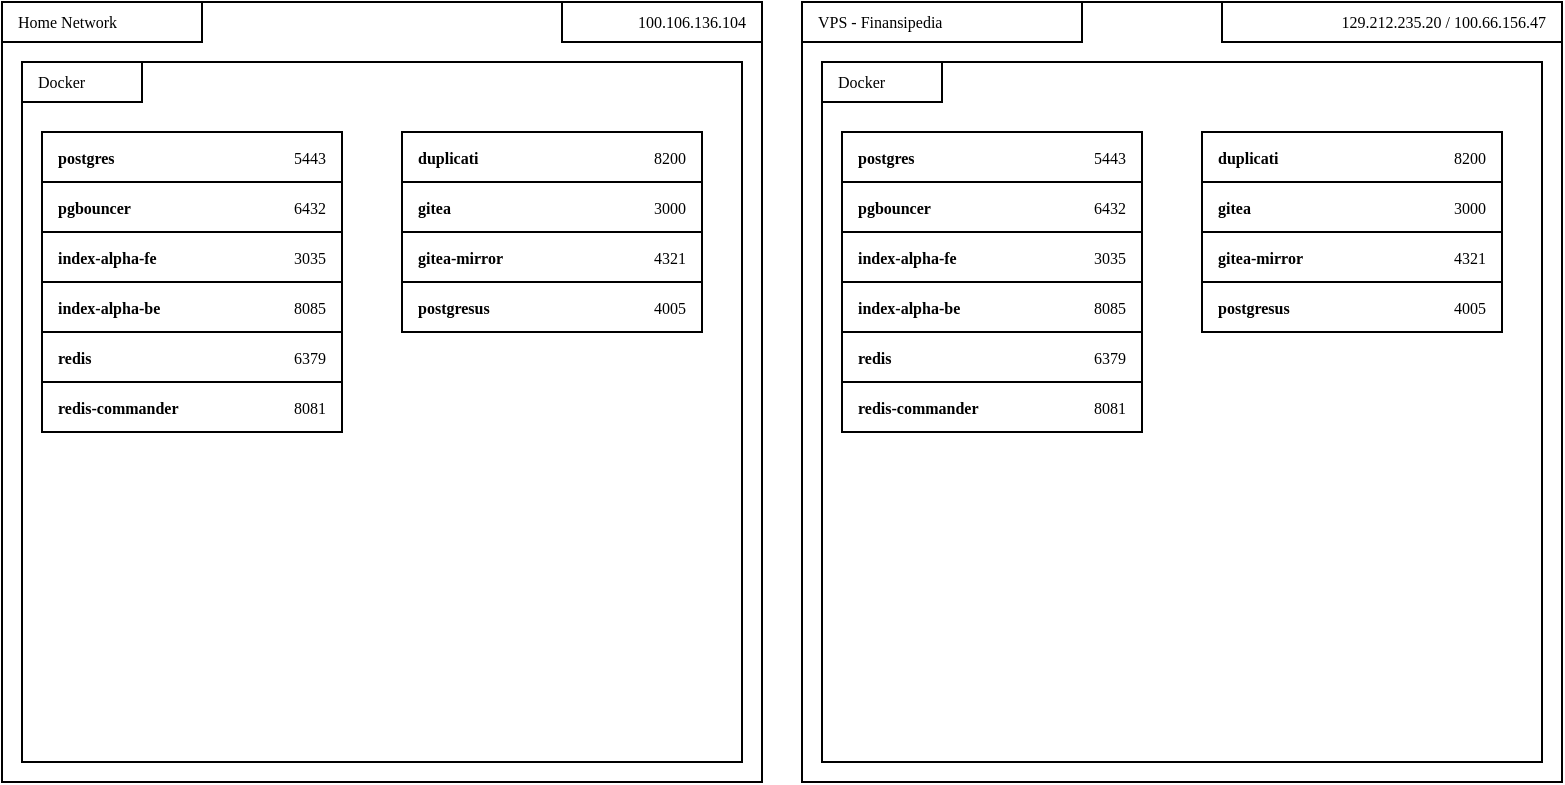
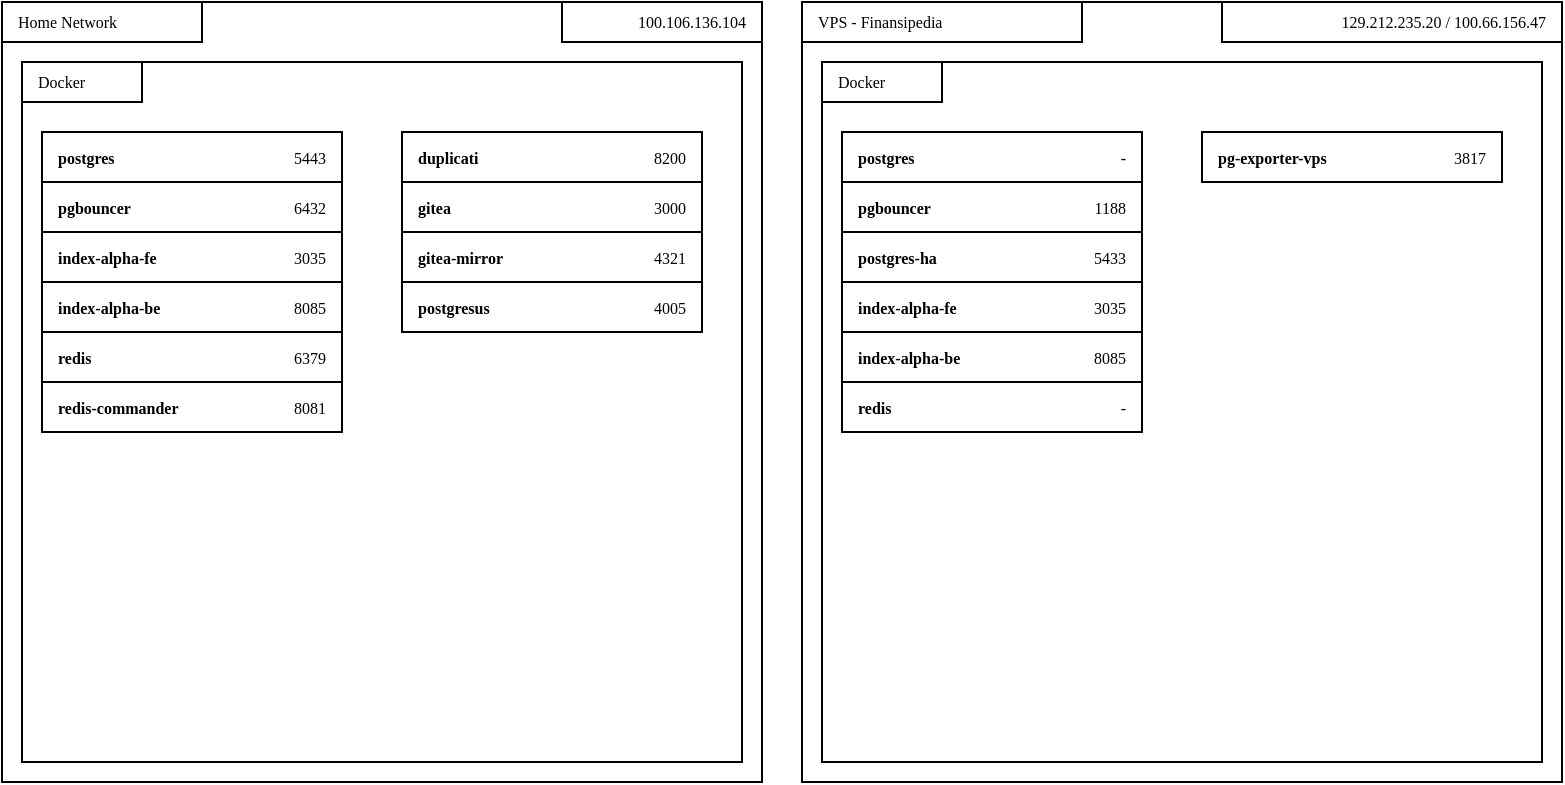
<mxfile host="app.diagrams.net">
  <diagram name="Page-1" id="EqAcxWxWpPEczBTcAObV">
    <mxGraphModel dx="947" dy="502" grid="1" gridSize="10" guides="1" tooltips="1" connect="1" arrows="1" fold="1" page="1" pageScale="1" pageWidth="850" pageHeight="1100" math="0" shadow="0">
      <root>
        <mxCell id="0" />
        <mxCell id="1" parent="0" />
        <mxCell id="tyjjsNKJ7kBHK_1WbMmb-1" parent="1" style="rounded=0;whiteSpace=wrap;html=1;" value="" vertex="1">
          <mxGeometry height="390" width="380" x="50" y="60" as="geometry" />
        </mxCell>
        <mxCell id="tyjjsNKJ7kBHK_1WbMmb-18" parent="1" style="rounded=0;whiteSpace=wrap;html=1;" value="" vertex="1">
          <mxGeometry height="350" width="360" x="60" y="90" as="geometry" />
        </mxCell>
        <mxCell id="tyjjsNKJ7kBHK_1WbMmb-3" parent="1" style="rounded=0;whiteSpace=wrap;html=1;" value="" vertex="1">
          <mxGeometry height="20" width="100" x="50" y="60" as="geometry" />
        </mxCell>
        <mxCell id="tyjjsNKJ7kBHK_1WbMmb-2" parent="1" style="text;html=1;whiteSpace=wrap;strokeColor=none;fillColor=none;align=left;verticalAlign=middle;rounded=0;spacingLeft=6;fontFamily=Verdana;fontSize=8;" value="Home Network" vertex="1">
          <mxGeometry height="20" width="100" x="50" y="60" as="geometry" />
        </mxCell>
        <mxCell id="tyjjsNKJ7kBHK_1WbMmb-19" parent="1" style="rounded=0;whiteSpace=wrap;html=1;fontFamily=Verdana;fontSize=9;" value="" vertex="1">
          <mxGeometry height="20" width="60" x="60" y="90" as="geometry" />
        </mxCell>
        <mxCell id="tyjjsNKJ7kBHK_1WbMmb-20" parent="1" style="text;html=1;whiteSpace=wrap;strokeColor=none;fillColor=none;align=left;verticalAlign=middle;rounded=0;spacingLeft=6;fontFamily=Verdana;fontSize=8;" value="Docker" vertex="1">
          <mxGeometry height="20" width="50" x="60" y="90" as="geometry" />
        </mxCell>
        <mxCell id="tyjjsNKJ7kBHK_1WbMmb-28" parent="1" style="rounded=0;whiteSpace=wrap;html=1;align=right;" value="" vertex="1">
          <mxGeometry height="20" width="100" x="330" y="60" as="geometry" />
        </mxCell>
        <mxCell id="tyjjsNKJ7kBHK_1WbMmb-29" parent="1" style="text;html=1;whiteSpace=wrap;strokeColor=none;fillColor=none;align=right;verticalAlign=middle;rounded=0;spacingLeft=6;spacingRight=6;fontFamily=Verdana;fontSize=8;" value="&lt;span style=&quot;text-align: center;&quot;&gt;100.106.136.104&lt;/span&gt;" vertex="1">
          <mxGeometry height="20" width="100" x="330" y="60" as="geometry" />
        </mxCell>
        <mxCell id="tyjjsNKJ7kBHK_1WbMmb-48" connectable="0" parent="1" style="group;fontFamily=Verdana;fontSize=8;" value="" vertex="1">
          <mxGeometry height="25" width="150" x="70" y="250" as="geometry" />
        </mxCell>
        <mxCell id="tyjjsNKJ7kBHK_1WbMmb-44" parent="tyjjsNKJ7kBHK_1WbMmb-48" style="rounded=0;whiteSpace=wrap;html=1;fontFamily=Verdana;fontSize=8;" value="" vertex="1">
          <mxGeometry height="25" width="150" as="geometry" />
        </mxCell>
        <mxCell id="tyjjsNKJ7kBHK_1WbMmb-45" parent="tyjjsNKJ7kBHK_1WbMmb-48" style="text;html=1;whiteSpace=wrap;strokeColor=none;fillColor=none;align=left;verticalAlign=middle;rounded=0;fontStyle=1;spacingRight=6;spacingLeft=6;fontFamily=Verdana;fontSize=8;" value="&lt;font&gt;redis-commander&lt;/font&gt;" vertex="1">
          <mxGeometry height="20" width="100" y="2.5" as="geometry" />
        </mxCell>
        <mxCell id="tyjjsNKJ7kBHK_1WbMmb-46" parent="tyjjsNKJ7kBHK_1WbMmb-48" style="text;html=1;whiteSpace=wrap;strokeColor=none;fillColor=none;align=right;verticalAlign=middle;rounded=0;spacingRight=6;spacingLeft=6;fontFamily=Verdana;fontSize=8;" value="&lt;font&gt;8081&lt;/font&gt;" vertex="1">
          <mxGeometry height="20" width="40" x="110" y="2.5" as="geometry" />
        </mxCell>
        <mxCell id="tyjjsNKJ7kBHK_1WbMmb-49" connectable="0" parent="1" style="group;fontFamily=Verdana;fontSize=8;" value="" vertex="1">
          <mxGeometry height="25" width="150" x="70" y="225" as="geometry" />
        </mxCell>
        <mxCell id="tyjjsNKJ7kBHK_1WbMmb-41" parent="tyjjsNKJ7kBHK_1WbMmb-49" style="rounded=0;whiteSpace=wrap;html=1;fontFamily=Verdana;fontSize=8;" value="" vertex="1">
          <mxGeometry height="25" width="150" as="geometry" />
        </mxCell>
        <mxCell id="tyjjsNKJ7kBHK_1WbMmb-42" parent="tyjjsNKJ7kBHK_1WbMmb-49" style="text;html=1;whiteSpace=wrap;strokeColor=none;fillColor=none;align=left;verticalAlign=middle;rounded=0;fontStyle=1;spacingRight=6;spacingLeft=6;fontFamily=Verdana;fontSize=8;" value="&lt;font&gt;redis&lt;/font&gt;" vertex="1">
          <mxGeometry height="20" width="100" y="2.5" as="geometry" />
        </mxCell>
        <mxCell id="tyjjsNKJ7kBHK_1WbMmb-43" parent="tyjjsNKJ7kBHK_1WbMmb-49" style="text;html=1;whiteSpace=wrap;strokeColor=none;fillColor=none;align=right;verticalAlign=middle;rounded=0;spacingRight=6;spacingLeft=6;fontFamily=Verdana;fontSize=8;" value="&lt;font&gt;6379&lt;/font&gt;" vertex="1">
          <mxGeometry height="20" width="40" x="110" y="2.5" as="geometry" />
        </mxCell>
        <mxCell id="tyjjsNKJ7kBHK_1WbMmb-50" connectable="0" parent="1" style="group;fontFamily=Verdana;fontSize=8;" value="" vertex="1">
          <mxGeometry height="25" width="150" x="70" y="200" as="geometry" />
        </mxCell>
        <mxCell id="tyjjsNKJ7kBHK_1WbMmb-38" parent="tyjjsNKJ7kBHK_1WbMmb-50" style="rounded=0;whiteSpace=wrap;html=1;fontFamily=Verdana;fontSize=8;" value="" vertex="1">
          <mxGeometry height="25" width="150" as="geometry" />
        </mxCell>
        <mxCell id="tyjjsNKJ7kBHK_1WbMmb-39" parent="tyjjsNKJ7kBHK_1WbMmb-50" style="text;html=1;whiteSpace=wrap;strokeColor=none;fillColor=none;align=left;verticalAlign=middle;rounded=0;fontStyle=1;spacingRight=6;spacingLeft=6;fontFamily=Verdana;fontSize=8;" value="&lt;font&gt;index-alpha-be&lt;/font&gt;" vertex="1">
          <mxGeometry height="20" width="100" y="2.5" as="geometry" />
        </mxCell>
        <mxCell id="tyjjsNKJ7kBHK_1WbMmb-40" parent="tyjjsNKJ7kBHK_1WbMmb-50" style="text;html=1;whiteSpace=wrap;strokeColor=none;fillColor=none;align=right;verticalAlign=middle;rounded=0;spacingRight=6;spacingLeft=6;fontFamily=Verdana;fontSize=8;" value="&lt;font&gt;8085&lt;/font&gt;" vertex="1">
          <mxGeometry height="20" width="40" x="110" y="2.5" as="geometry" />
        </mxCell>
        <mxCell id="tyjjsNKJ7kBHK_1WbMmb-51" connectable="0" parent="1" style="group;fontFamily=Verdana;fontSize=8;" value="" vertex="1">
          <mxGeometry height="25" width="150" x="70" y="175" as="geometry" />
        </mxCell>
        <mxCell id="tyjjsNKJ7kBHK_1WbMmb-35" parent="tyjjsNKJ7kBHK_1WbMmb-51" style="rounded=0;whiteSpace=wrap;html=1;fontFamily=Verdana;fontSize=8;" value="" vertex="1">
          <mxGeometry height="25" width="150" as="geometry" />
        </mxCell>
        <mxCell id="tyjjsNKJ7kBHK_1WbMmb-36" parent="tyjjsNKJ7kBHK_1WbMmb-51" style="text;html=1;whiteSpace=wrap;strokeColor=none;fillColor=none;align=left;verticalAlign=middle;rounded=0;fontStyle=1;spacingRight=6;spacingLeft=6;fontFamily=Verdana;fontSize=8;" value="&lt;font&gt;index-alpha-fe&lt;/font&gt;" vertex="1">
          <mxGeometry height="20" width="100" y="2.5" as="geometry" />
        </mxCell>
        <mxCell id="tyjjsNKJ7kBHK_1WbMmb-37" parent="tyjjsNKJ7kBHK_1WbMmb-51" style="text;html=1;whiteSpace=wrap;strokeColor=none;fillColor=none;align=right;verticalAlign=middle;rounded=0;spacingRight=6;spacingLeft=6;fontFamily=Verdana;fontSize=8;" value="&lt;font&gt;3035&lt;/font&gt;" vertex="1">
          <mxGeometry height="20" width="40" x="110" y="2.5" as="geometry" />
        </mxCell>
        <mxCell id="tyjjsNKJ7kBHK_1WbMmb-52" connectable="0" parent="1" style="group;fontFamily=Verdana;fontSize=8;" value="" vertex="1">
          <mxGeometry height="25" width="150" x="70" y="150" as="geometry" />
        </mxCell>
        <mxCell id="tyjjsNKJ7kBHK_1WbMmb-32" parent="tyjjsNKJ7kBHK_1WbMmb-52" style="rounded=0;whiteSpace=wrap;html=1;fontFamily=Verdana;fontSize=8;" value="" vertex="1">
          <mxGeometry height="25" width="150" as="geometry" />
        </mxCell>
        <mxCell id="tyjjsNKJ7kBHK_1WbMmb-33" parent="tyjjsNKJ7kBHK_1WbMmb-52" style="text;html=1;whiteSpace=wrap;strokeColor=none;fillColor=none;align=left;verticalAlign=middle;rounded=0;fontStyle=1;spacingRight=6;spacingLeft=6;fontFamily=Verdana;fontSize=8;" value="&lt;font&gt;pgbouncer&lt;/font&gt;" vertex="1">
          <mxGeometry height="20" width="100" y="2.5" as="geometry" />
        </mxCell>
        <mxCell id="tyjjsNKJ7kBHK_1WbMmb-34" parent="tyjjsNKJ7kBHK_1WbMmb-52" style="text;html=1;whiteSpace=wrap;strokeColor=none;fillColor=none;align=right;verticalAlign=middle;rounded=0;spacingRight=6;spacingLeft=6;fontFamily=Verdana;fontSize=8;" value="&lt;font&gt;6432&lt;/font&gt;" vertex="1">
          <mxGeometry height="20" width="40" x="110" y="2.5" as="geometry" />
        </mxCell>
        <mxCell id="tyjjsNKJ7kBHK_1WbMmb-53" connectable="0" parent="1" style="group;fontFamily=Verdana;fontSize=8;" value="" vertex="1">
          <mxGeometry height="25" width="150" x="70" y="125" as="geometry" />
        </mxCell>
        <mxCell id="tyjjsNKJ7kBHK_1WbMmb-5" parent="tyjjsNKJ7kBHK_1WbMmb-53" style="rounded=0;whiteSpace=wrap;html=1;fontFamily=Verdana;fontSize=8;" value="" vertex="1">
          <mxGeometry height="25" width="150" as="geometry" />
        </mxCell>
        <mxCell id="tyjjsNKJ7kBHK_1WbMmb-6" parent="tyjjsNKJ7kBHK_1WbMmb-53" style="text;html=1;whiteSpace=wrap;strokeColor=none;fillColor=none;align=left;verticalAlign=middle;rounded=0;fontStyle=1;spacingRight=6;spacingLeft=6;fontFamily=Verdana;fontSize=8;" value="&lt;font&gt;postgres&lt;/font&gt;" vertex="1">
          <mxGeometry height="20" width="100" y="2.5" as="geometry" />
        </mxCell>
        <mxCell id="tyjjsNKJ7kBHK_1WbMmb-7" parent="tyjjsNKJ7kBHK_1WbMmb-53" style="text;html=1;whiteSpace=wrap;strokeColor=none;fillColor=none;align=right;verticalAlign=middle;rounded=0;spacingRight=6;spacingLeft=6;fontFamily=Verdana;fontSize=8;" value="&lt;font&gt;5443&lt;/font&gt;" vertex="1">
          <mxGeometry height="20" width="40" x="110" y="2.5" as="geometry" />
        </mxCell>
        <mxCell id="tyjjsNKJ7kBHK_1WbMmb-54" connectable="0" parent="1" style="group;fontFamily=Verdana;fontSize=8;" value="" vertex="1">
          <mxGeometry height="25" width="150" x="250" y="125" as="geometry" />
        </mxCell>
        <mxCell id="tyjjsNKJ7kBHK_1WbMmb-55" parent="tyjjsNKJ7kBHK_1WbMmb-54" style="rounded=0;whiteSpace=wrap;html=1;fontFamily=Verdana;fontSize=8;" value="" vertex="1">
          <mxGeometry height="25" width="150" as="geometry" />
        </mxCell>
        <mxCell id="tyjjsNKJ7kBHK_1WbMmb-56" parent="tyjjsNKJ7kBHK_1WbMmb-54" style="text;html=1;whiteSpace=wrap;strokeColor=none;fillColor=none;align=left;verticalAlign=middle;rounded=0;fontStyle=1;spacingRight=6;spacingLeft=6;fontFamily=Verdana;fontSize=8;" value="&lt;font&gt;duplicati&lt;/font&gt;" vertex="1">
          <mxGeometry height="20" width="100" y="2.5" as="geometry" />
        </mxCell>
        <mxCell id="tyjjsNKJ7kBHK_1WbMmb-57" parent="tyjjsNKJ7kBHK_1WbMmb-54" style="text;html=1;whiteSpace=wrap;strokeColor=none;fillColor=none;align=right;verticalAlign=middle;rounded=0;spacingRight=6;spacingLeft=6;fontFamily=Verdana;fontSize=8;" value="&lt;font&gt;8200&lt;/font&gt;" vertex="1">
          <mxGeometry height="20" width="40" x="110" y="2.5" as="geometry" />
        </mxCell>
        <mxCell id="tyjjsNKJ7kBHK_1WbMmb-58" connectable="0" parent="1" style="group;fontFamily=Verdana;fontSize=8;" value="" vertex="1">
          <mxGeometry height="25" width="150" x="250" y="150" as="geometry" />
        </mxCell>
        <mxCell id="tyjjsNKJ7kBHK_1WbMmb-59" parent="tyjjsNKJ7kBHK_1WbMmb-58" style="rounded=0;whiteSpace=wrap;html=1;fontFamily=Verdana;fontSize=8;" value="" vertex="1">
          <mxGeometry height="25" width="150" as="geometry" />
        </mxCell>
        <mxCell id="tyjjsNKJ7kBHK_1WbMmb-60" parent="tyjjsNKJ7kBHK_1WbMmb-58" style="text;html=1;whiteSpace=wrap;strokeColor=none;fillColor=none;align=left;verticalAlign=middle;rounded=0;fontStyle=1;spacingRight=6;spacingLeft=6;fontFamily=Verdana;fontSize=8;" value="&lt;font&gt;gitea&lt;/font&gt;" vertex="1">
          <mxGeometry height="20" width="100" y="2.5" as="geometry" />
        </mxCell>
        <mxCell id="tyjjsNKJ7kBHK_1WbMmb-61" parent="tyjjsNKJ7kBHK_1WbMmb-58" style="text;html=1;whiteSpace=wrap;strokeColor=none;fillColor=none;align=right;verticalAlign=middle;rounded=0;spacingRight=6;spacingLeft=6;fontFamily=Verdana;fontSize=8;" value="&lt;font&gt;3000&lt;/font&gt;" vertex="1">
          <mxGeometry height="20" width="40" x="110" y="2.5" as="geometry" />
        </mxCell>
        <mxCell id="tyjjsNKJ7kBHK_1WbMmb-62" connectable="0" parent="1" style="group;fontFamily=Verdana;fontSize=8;" value="" vertex="1">
          <mxGeometry height="25" width="150" x="250" y="175" as="geometry" />
        </mxCell>
        <mxCell id="tyjjsNKJ7kBHK_1WbMmb-63" parent="tyjjsNKJ7kBHK_1WbMmb-62" style="rounded=0;whiteSpace=wrap;html=1;fontFamily=Verdana;fontSize=8;" value="" vertex="1">
          <mxGeometry height="25" width="150" as="geometry" />
        </mxCell>
        <mxCell id="tyjjsNKJ7kBHK_1WbMmb-64" parent="tyjjsNKJ7kBHK_1WbMmb-62" style="text;html=1;whiteSpace=wrap;strokeColor=none;fillColor=none;align=left;verticalAlign=middle;rounded=0;fontStyle=1;spacingRight=6;spacingLeft=6;fontFamily=Verdana;fontSize=8;" value="&lt;div&gt;&lt;span&gt;gitea-mirror&lt;/span&gt;&lt;/div&gt;" vertex="1">
          <mxGeometry height="20" width="100" y="2.5" as="geometry" />
        </mxCell>
        <mxCell id="tyjjsNKJ7kBHK_1WbMmb-65" parent="tyjjsNKJ7kBHK_1WbMmb-62" style="text;html=1;whiteSpace=wrap;strokeColor=none;fillColor=none;align=right;verticalAlign=middle;rounded=0;spacingRight=6;spacingLeft=6;fontFamily=Verdana;fontSize=8;" value="&lt;font&gt;4321&lt;/font&gt;" vertex="1">
          <mxGeometry height="20" width="40" x="110" y="2.5" as="geometry" />
        </mxCell>
        <mxCell id="tyjjsNKJ7kBHK_1WbMmb-66" connectable="0" parent="1" style="group;fontFamily=Verdana;fontSize=8;" value="" vertex="1">
          <mxGeometry height="25" width="150" x="250" y="200" as="geometry" />
        </mxCell>
        <mxCell id="tyjjsNKJ7kBHK_1WbMmb-67" parent="tyjjsNKJ7kBHK_1WbMmb-66" style="rounded=0;whiteSpace=wrap;html=1;fontFamily=Verdana;fontSize=8;" value="" vertex="1">
          <mxGeometry height="25" width="150" as="geometry" />
        </mxCell>
        <mxCell id="tyjjsNKJ7kBHK_1WbMmb-68" parent="tyjjsNKJ7kBHK_1WbMmb-66" style="text;html=1;whiteSpace=wrap;strokeColor=none;fillColor=none;align=left;verticalAlign=middle;rounded=0;fontStyle=1;spacingRight=6;spacingLeft=6;fontFamily=Verdana;fontSize=8;" value="&lt;div&gt;&lt;span&gt;postgresus&lt;/span&gt;&lt;/div&gt;" vertex="1">
          <mxGeometry height="20" width="100" y="2.5" as="geometry" />
        </mxCell>
        <mxCell id="tyjjsNKJ7kBHK_1WbMmb-69" parent="tyjjsNKJ7kBHK_1WbMmb-66" style="text;html=1;whiteSpace=wrap;strokeColor=none;fillColor=none;align=right;verticalAlign=middle;rounded=0;spacingRight=6;spacingLeft=6;fontFamily=Verdana;fontSize=8;" value="&lt;font&gt;4005&lt;/font&gt;" vertex="1">
          <mxGeometry height="20" width="40" x="110" y="2.5" as="geometry" />
        </mxCell>
        <mxCell id="tyjjsNKJ7kBHK_1WbMmb-70" parent="1" style="rounded=0;whiteSpace=wrap;html=1;" value="" vertex="1">
          <mxGeometry height="390" width="380" x="450" y="60" as="geometry" />
        </mxCell>
        <mxCell id="tyjjsNKJ7kBHK_1WbMmb-71" parent="1" style="rounded=0;whiteSpace=wrap;html=1;" value="" vertex="1">
          <mxGeometry height="350" width="360" x="460" y="90" as="geometry" />
        </mxCell>
        <mxCell id="tyjjsNKJ7kBHK_1WbMmb-72" parent="1" style="rounded=0;whiteSpace=wrap;html=1;" value="" vertex="1">
          <mxGeometry height="20" width="140" x="450" y="60" as="geometry" />
        </mxCell>
        <mxCell id="tyjjsNKJ7kBHK_1WbMmb-73" parent="1" style="text;html=1;whiteSpace=wrap;strokeColor=none;fillColor=none;align=left;verticalAlign=middle;rounded=0;spacingLeft=6;fontFamily=Verdana;fontSize=8;" value="VPS - Finansipedia" vertex="1">
          <mxGeometry height="20" width="130" x="450" y="60" as="geometry" />
        </mxCell>
        <mxCell id="tyjjsNKJ7kBHK_1WbMmb-74" parent="1" style="rounded=0;whiteSpace=wrap;html=1;fontFamily=Verdana;fontSize=9;" value="" vertex="1">
          <mxGeometry height="20" width="60" x="460" y="90" as="geometry" />
        </mxCell>
        <mxCell id="tyjjsNKJ7kBHK_1WbMmb-75" parent="1" style="text;html=1;whiteSpace=wrap;strokeColor=none;fillColor=none;align=left;verticalAlign=middle;rounded=0;spacingLeft=6;fontFamily=Verdana;fontSize=8;" value="Docker" vertex="1">
          <mxGeometry height="20" width="50" x="460" y="90" as="geometry" />
        </mxCell>
        <mxCell id="tyjjsNKJ7kBHK_1WbMmb-76" parent="1" style="rounded=0;whiteSpace=wrap;html=1;align=right;" value="" vertex="1">
          <mxGeometry height="20" width="170" x="660" y="60" as="geometry" />
        </mxCell>
        <mxCell id="tyjjsNKJ7kBHK_1WbMmb-77" parent="1" style="text;html=1;whiteSpace=wrap;strokeColor=none;fillColor=none;align=right;verticalAlign=middle;rounded=0;spacingLeft=6;spacingRight=6;fontFamily=Verdana;fontSize=8;" value="&lt;div style=&quot;text-align: center;&quot;&gt;&lt;span style=&quot;background-color: transparent;&quot;&gt;129.212.235.20 /&amp;nbsp;&lt;/span&gt;&lt;span style=&quot;background-color: transparent; text-align: right;&quot;&gt;100.66.156.47&lt;/span&gt;&lt;/div&gt;" vertex="1">
          <mxGeometry height="20" width="160" x="670" y="60" as="geometry" />
        </mxCell>
-         <mxCell id="tyjjsNKJ7kBHK_1WbMmb-78" connectable="0" parent="1" style="group;fontFamily=Verdana;fontSize=8;" value="" vertex="1">
+         <mxCell id="tyjjsNKJ7kBHK_1WbMmb-82" connectable="0" parent="1" style="group;fontFamily=Verdana;fontSize=8;" value="" vertex="1">
          <mxGeometry height="25" width="150" x="470" y="250" as="geometry" />
        </mxCell>
-         <mxCell id="tyjjsNKJ7kBHK_1WbMmb-79" parent="tyjjsNKJ7kBHK_1WbMmb-78" style="rounded=0;whiteSpace=wrap;html=1;fontFamily=Verdana;fontSize=8;" value="" vertex="1">
-           <mxGeometry height="25" width="150" as="geometry" />
-         </mxCell>
-         <mxCell id="tyjjsNKJ7kBHK_1WbMmb-80" parent="tyjjsNKJ7kBHK_1WbMmb-78" style="text;html=1;whiteSpace=wrap;strokeColor=none;fillColor=none;align=left;verticalAlign=middle;rounded=0;fontStyle=1;spacingRight=6;spacingLeft=6;fontFamily=Verdana;fontSize=8;" value="&lt;font&gt;redis-commander&lt;/font&gt;" vertex="1">
-           <mxGeometry height="20" width="100" y="2.5" as="geometry" />
-         </mxCell>
-         <mxCell id="tyjjsNKJ7kBHK_1WbMmb-81" parent="tyjjsNKJ7kBHK_1WbMmb-78" style="text;html=1;whiteSpace=wrap;strokeColor=none;fillColor=none;align=right;verticalAlign=middle;rounded=0;spacingRight=6;spacingLeft=6;fontFamily=Verdana;fontSize=8;" value="&lt;font&gt;8081&lt;/font&gt;" vertex="1">
-           <mxGeometry height="20" width="40" x="110" y="2.5" as="geometry" />
-         </mxCell>
-         <mxCell id="tyjjsNKJ7kBHK_1WbMmb-82" connectable="0" parent="1" style="group;fontFamily=Verdana;fontSize=8;" value="" vertex="1">
+         <mxCell id="tyjjsNKJ7kBHK_1WbMmb-83" parent="tyjjsNKJ7kBHK_1WbMmb-82" style="rounded=0;whiteSpace=wrap;html=1;fontFamily=Verdana;fontSize=8;" value="" vertex="1">
+           <mxGeometry height="25" width="150" as="geometry" />
+         </mxCell>
+         <mxCell id="tyjjsNKJ7kBHK_1WbMmb-84" parent="tyjjsNKJ7kBHK_1WbMmb-82" style="text;html=1;whiteSpace=wrap;strokeColor=none;fillColor=none;align=left;verticalAlign=middle;rounded=0;fontStyle=1;spacingRight=6;spacingLeft=6;fontFamily=Verdana;fontSize=8;" value="&lt;font&gt;redis&lt;/font&gt;" vertex="1">
+           <mxGeometry height="20" width="100" y="2.5" as="geometry" />
+         </mxCell>
+         <mxCell id="tyjjsNKJ7kBHK_1WbMmb-85" parent="tyjjsNKJ7kBHK_1WbMmb-82" style="text;html=1;whiteSpace=wrap;strokeColor=none;fillColor=none;align=right;verticalAlign=middle;rounded=0;spacingRight=6;spacingLeft=6;fontFamily=Verdana;fontSize=8;" value="&lt;font&gt;-&lt;/font&gt;" vertex="1">
+           <mxGeometry height="20" width="40" x="110" y="2.5" as="geometry" />
+         </mxCell>
+         <mxCell id="tyjjsNKJ7kBHK_1WbMmb-86" connectable="0" parent="1" style="group;fontFamily=Verdana;fontSize=8;" value="" vertex="1">
          <mxGeometry height="25" width="150" x="470" y="225" as="geometry" />
        </mxCell>
-         <mxCell id="tyjjsNKJ7kBHK_1WbMmb-83" parent="tyjjsNKJ7kBHK_1WbMmb-82" style="rounded=0;whiteSpace=wrap;html=1;fontFamily=Verdana;fontSize=8;" value="" vertex="1">
-           <mxGeometry height="25" width="150" as="geometry" />
-         </mxCell>
-         <mxCell id="tyjjsNKJ7kBHK_1WbMmb-84" parent="tyjjsNKJ7kBHK_1WbMmb-82" style="text;html=1;whiteSpace=wrap;strokeColor=none;fillColor=none;align=left;verticalAlign=middle;rounded=0;fontStyle=1;spacingRight=6;spacingLeft=6;fontFamily=Verdana;fontSize=8;" value="&lt;font&gt;redis&lt;/font&gt;" vertex="1">
-           <mxGeometry height="20" width="100" y="2.5" as="geometry" />
-         </mxCell>
-         <mxCell id="tyjjsNKJ7kBHK_1WbMmb-85" parent="tyjjsNKJ7kBHK_1WbMmb-82" style="text;html=1;whiteSpace=wrap;strokeColor=none;fillColor=none;align=right;verticalAlign=middle;rounded=0;spacingRight=6;spacingLeft=6;fontFamily=Verdana;fontSize=8;" value="&lt;font&gt;6379&lt;/font&gt;" vertex="1">
-           <mxGeometry height="20" width="40" x="110" y="2.5" as="geometry" />
-         </mxCell>
-         <mxCell id="tyjjsNKJ7kBHK_1WbMmb-86" connectable="0" parent="1" style="group;fontFamily=Verdana;fontSize=8;" value="" vertex="1">
+         <mxCell id="tyjjsNKJ7kBHK_1WbMmb-87" parent="tyjjsNKJ7kBHK_1WbMmb-86" style="rounded=0;whiteSpace=wrap;html=1;fontFamily=Verdana;fontSize=8;" value="" vertex="1">
+           <mxGeometry height="25" width="150" as="geometry" />
+         </mxCell>
+         <mxCell id="tyjjsNKJ7kBHK_1WbMmb-88" parent="tyjjsNKJ7kBHK_1WbMmb-86" style="text;html=1;whiteSpace=wrap;strokeColor=none;fillColor=none;align=left;verticalAlign=middle;rounded=0;fontStyle=1;spacingRight=6;spacingLeft=6;fontFamily=Verdana;fontSize=8;" value="&lt;font&gt;index-alpha-be&lt;/font&gt;" vertex="1">
+           <mxGeometry height="20" width="100" y="2.5" as="geometry" />
+         </mxCell>
+         <mxCell id="tyjjsNKJ7kBHK_1WbMmb-89" parent="tyjjsNKJ7kBHK_1WbMmb-86" style="text;html=1;whiteSpace=wrap;strokeColor=none;fillColor=none;align=right;verticalAlign=middle;rounded=0;spacingRight=6;spacingLeft=6;fontFamily=Verdana;fontSize=8;" value="&lt;font&gt;8085&lt;/font&gt;" vertex="1">
+           <mxGeometry height="20" width="40" x="110" y="2.5" as="geometry" />
+         </mxCell>
+         <mxCell id="tyjjsNKJ7kBHK_1WbMmb-90" connectable="0" parent="1" style="group;fontFamily=Verdana;fontSize=8;" value="" vertex="1">
          <mxGeometry height="25" width="150" x="470" y="200" as="geometry" />
-         </mxCell>
-         <mxCell id="tyjjsNKJ7kBHK_1WbMmb-87" parent="tyjjsNKJ7kBHK_1WbMmb-86" style="rounded=0;whiteSpace=wrap;html=1;fontFamily=Verdana;fontSize=8;" value="" vertex="1">
-           <mxGeometry height="25" width="150" as="geometry" />
-         </mxCell>
-         <mxCell id="tyjjsNKJ7kBHK_1WbMmb-88" parent="tyjjsNKJ7kBHK_1WbMmb-86" style="text;html=1;whiteSpace=wrap;strokeColor=none;fillColor=none;align=left;verticalAlign=middle;rounded=0;fontStyle=1;spacingRight=6;spacingLeft=6;fontFamily=Verdana;fontSize=8;" value="&lt;font&gt;index-alpha-be&lt;/font&gt;" vertex="1">
-           <mxGeometry height="20" width="100" y="2.5" as="geometry" />
-         </mxCell>
-         <mxCell id="tyjjsNKJ7kBHK_1WbMmb-89" parent="tyjjsNKJ7kBHK_1WbMmb-86" style="text;html=1;whiteSpace=wrap;strokeColor=none;fillColor=none;align=right;verticalAlign=middle;rounded=0;spacingRight=6;spacingLeft=6;fontFamily=Verdana;fontSize=8;" value="&lt;font&gt;8085&lt;/font&gt;" vertex="1">
-           <mxGeometry height="20" width="40" x="110" y="2.5" as="geometry" />
-         </mxCell>
-         <mxCell id="tyjjsNKJ7kBHK_1WbMmb-90" connectable="0" parent="1" style="group;fontFamily=Verdana;fontSize=8;" value="" vertex="1">
-           <mxGeometry height="25" width="150" x="470" y="175" as="geometry" />
        </mxCell>
        <mxCell id="tyjjsNKJ7kBHK_1WbMmb-91" parent="tyjjsNKJ7kBHK_1WbMmb-90" style="rounded=0;whiteSpace=wrap;html=1;fontFamily=Verdana;fontSize=8;" value="" vertex="1">
          <mxGeometry height="25" width="150" as="geometry" />
        </mxCell>
        <mxCell id="tyjjsNKJ7kBHK_1WbMmb-92" parent="tyjjsNKJ7kBHK_1WbMmb-90" style="text;html=1;whiteSpace=wrap;strokeColor=none;fillColor=none;align=left;verticalAlign=middle;rounded=0;fontStyle=1;spacingRight=6;spacingLeft=6;fontFamily=Verdana;fontSize=8;" value="&lt;font&gt;index-alpha-fe&lt;/font&gt;" vertex="1">
          <mxGeometry height="20" width="100" y="2.5" as="geometry" />
        </mxCell>
        <mxCell id="tyjjsNKJ7kBHK_1WbMmb-93" parent="tyjjsNKJ7kBHK_1WbMmb-90" style="text;html=1;whiteSpace=wrap;strokeColor=none;fillColor=none;align=right;verticalAlign=middle;rounded=0;spacingRight=6;spacingLeft=6;fontFamily=Verdana;fontSize=8;" value="&lt;font&gt;3035&lt;/font&gt;" vertex="1">
          <mxGeometry height="20" width="40" x="110" y="2.5" as="geometry" />
        </mxCell>
        <mxCell id="tyjjsNKJ7kBHK_1WbMmb-94" connectable="0" parent="1" style="group;fontFamily=Verdana;fontSize=8;" value="" vertex="1">
          <mxGeometry height="25" width="150" x="470" y="150" as="geometry" />
        </mxCell>
        <mxCell id="tyjjsNKJ7kBHK_1WbMmb-95" parent="tyjjsNKJ7kBHK_1WbMmb-94" style="rounded=0;whiteSpace=wrap;html=1;fontFamily=Verdana;fontSize=8;" value="" vertex="1">
          <mxGeometry height="25" width="150" as="geometry" />
        </mxCell>
        <mxCell id="tyjjsNKJ7kBHK_1WbMmb-96" parent="tyjjsNKJ7kBHK_1WbMmb-94" style="text;html=1;whiteSpace=wrap;strokeColor=none;fillColor=none;align=left;verticalAlign=middle;rounded=0;fontStyle=1;spacingRight=6;spacingLeft=6;fontFamily=Verdana;fontSize=8;" value="&lt;font&gt;pgbouncer&lt;/font&gt;" vertex="1">
          <mxGeometry height="20" width="100" y="2.5" as="geometry" />
        </mxCell>
-         <mxCell id="tyjjsNKJ7kBHK_1WbMmb-97" parent="tyjjsNKJ7kBHK_1WbMmb-94" style="text;html=1;whiteSpace=wrap;strokeColor=none;fillColor=none;align=right;verticalAlign=middle;rounded=0;spacingRight=6;spacingLeft=6;fontFamily=Verdana;fontSize=8;" value="&lt;font&gt;6432&lt;/font&gt;" vertex="1">
+         <mxCell id="tyjjsNKJ7kBHK_1WbMmb-97" parent="tyjjsNKJ7kBHK_1WbMmb-94" style="text;html=1;whiteSpace=wrap;strokeColor=none;fillColor=none;align=right;verticalAlign=middle;rounded=0;spacingRight=6;spacingLeft=6;fontFamily=Verdana;fontSize=8;" value="&lt;font&gt;1188&lt;/font&gt;" vertex="1">
          <mxGeometry height="20" width="40" x="110" y="2.5" as="geometry" />
        </mxCell>
        <mxCell id="tyjjsNKJ7kBHK_1WbMmb-98" connectable="0" parent="1" style="group;fontFamily=Verdana;fontSize=8;" value="" vertex="1">
          <mxGeometry height="25" width="150" x="470" y="125" as="geometry" />
        </mxCell>
        <mxCell id="tyjjsNKJ7kBHK_1WbMmb-99" parent="tyjjsNKJ7kBHK_1WbMmb-98" style="rounded=0;whiteSpace=wrap;html=1;fontFamily=Verdana;fontSize=8;" value="" vertex="1">
          <mxGeometry height="25" width="150" as="geometry" />
        </mxCell>
        <mxCell id="tyjjsNKJ7kBHK_1WbMmb-100" parent="tyjjsNKJ7kBHK_1WbMmb-98" style="text;html=1;whiteSpace=wrap;strokeColor=none;fillColor=none;align=left;verticalAlign=middle;rounded=0;fontStyle=1;spacingRight=6;spacingLeft=6;fontFamily=Verdana;fontSize=8;" value="&lt;font&gt;postgres&lt;/font&gt;" vertex="1">
          <mxGeometry height="20" width="100" y="2.5" as="geometry" />
        </mxCell>
-         <mxCell id="tyjjsNKJ7kBHK_1WbMmb-101" parent="tyjjsNKJ7kBHK_1WbMmb-98" style="text;html=1;whiteSpace=wrap;strokeColor=none;fillColor=none;align=right;verticalAlign=middle;rounded=0;spacingRight=6;spacingLeft=6;fontFamily=Verdana;fontSize=8;" value="&lt;font&gt;5443&lt;/font&gt;" vertex="1">
+         <mxCell id="tyjjsNKJ7kBHK_1WbMmb-101" parent="tyjjsNKJ7kBHK_1WbMmb-98" style="text;html=1;whiteSpace=wrap;strokeColor=none;fillColor=none;align=right;verticalAlign=middle;rounded=0;spacingRight=6;spacingLeft=6;fontFamily=Verdana;fontSize=8;" value="&lt;font&gt;-&lt;/font&gt;" vertex="1">
          <mxGeometry height="20" width="40" x="110" y="2.5" as="geometry" />
        </mxCell>
        <mxCell id="tyjjsNKJ7kBHK_1WbMmb-102" connectable="0" parent="1" style="group;fontFamily=Verdana;fontSize=8;" value="" vertex="1">
          <mxGeometry height="25" width="150" x="650" y="125" as="geometry" />
        </mxCell>
        <mxCell id="tyjjsNKJ7kBHK_1WbMmb-103" parent="tyjjsNKJ7kBHK_1WbMmb-102" style="rounded=0;whiteSpace=wrap;html=1;fontFamily=Verdana;fontSize=8;" value="" vertex="1">
          <mxGeometry height="25" width="150" as="geometry" />
        </mxCell>
-         <mxCell id="tyjjsNKJ7kBHK_1WbMmb-104" parent="tyjjsNKJ7kBHK_1WbMmb-102" style="text;html=1;whiteSpace=wrap;strokeColor=none;fillColor=none;align=left;verticalAlign=middle;rounded=0;fontStyle=1;spacingRight=6;spacingLeft=6;fontFamily=Verdana;fontSize=8;" value="&lt;font&gt;duplicati&lt;/font&gt;" vertex="1">
-           <mxGeometry height="20" width="100" y="2.5" as="geometry" />
-         </mxCell>
-         <mxCell id="tyjjsNKJ7kBHK_1WbMmb-105" parent="tyjjsNKJ7kBHK_1WbMmb-102" style="text;html=1;whiteSpace=wrap;strokeColor=none;fillColor=none;align=right;verticalAlign=middle;rounded=0;spacingRight=6;spacingLeft=6;fontFamily=Verdana;fontSize=8;" value="&lt;font&gt;8200&lt;/font&gt;" vertex="1">
-           <mxGeometry height="20" width="40" x="110" y="2.5" as="geometry" />
-         </mxCell>
-         <mxCell id="tyjjsNKJ7kBHK_1WbMmb-106" connectable="0" parent="1" style="group;fontFamily=Verdana;fontSize=8;" value="" vertex="1">
-           <mxGeometry height="25" width="150" x="650" y="150" as="geometry" />
-         </mxCell>
-         <mxCell id="tyjjsNKJ7kBHK_1WbMmb-107" parent="tyjjsNKJ7kBHK_1WbMmb-106" style="rounded=0;whiteSpace=wrap;html=1;fontFamily=Verdana;fontSize=8;" value="" vertex="1">
-           <mxGeometry height="25" width="150" as="geometry" />
-         </mxCell>
-         <mxCell id="tyjjsNKJ7kBHK_1WbMmb-108" parent="tyjjsNKJ7kBHK_1WbMmb-106" style="text;html=1;whiteSpace=wrap;strokeColor=none;fillColor=none;align=left;verticalAlign=middle;rounded=0;fontStyle=1;spacingRight=6;spacingLeft=6;fontFamily=Verdana;fontSize=8;" value="&lt;font&gt;gitea&lt;/font&gt;" vertex="1">
-           <mxGeometry height="20" width="100" y="2.5" as="geometry" />
-         </mxCell>
-         <mxCell id="tyjjsNKJ7kBHK_1WbMmb-109" parent="tyjjsNKJ7kBHK_1WbMmb-106" style="text;html=1;whiteSpace=wrap;strokeColor=none;fillColor=none;align=right;verticalAlign=middle;rounded=0;spacingRight=6;spacingLeft=6;fontFamily=Verdana;fontSize=8;" value="&lt;font&gt;3000&lt;/font&gt;" vertex="1">
-           <mxGeometry height="20" width="40" x="110" y="2.5" as="geometry" />
-         </mxCell>
-         <mxCell id="tyjjsNKJ7kBHK_1WbMmb-110" connectable="0" parent="1" style="group;fontFamily=Verdana;fontSize=8;" value="" vertex="1">
-           <mxGeometry height="25" width="150" x="650" y="175" as="geometry" />
-         </mxCell>
-         <mxCell id="tyjjsNKJ7kBHK_1WbMmb-111" parent="tyjjsNKJ7kBHK_1WbMmb-110" style="rounded=0;whiteSpace=wrap;html=1;fontFamily=Verdana;fontSize=8;" value="" vertex="1">
-           <mxGeometry height="25" width="150" as="geometry" />
-         </mxCell>
-         <mxCell id="tyjjsNKJ7kBHK_1WbMmb-112" parent="tyjjsNKJ7kBHK_1WbMmb-110" style="text;html=1;whiteSpace=wrap;strokeColor=none;fillColor=none;align=left;verticalAlign=middle;rounded=0;fontStyle=1;spacingRight=6;spacingLeft=6;fontFamily=Verdana;fontSize=8;" value="&lt;div&gt;&lt;span&gt;gitea-mirror&lt;/span&gt;&lt;/div&gt;" vertex="1">
-           <mxGeometry height="20" width="100" y="2.5" as="geometry" />
-         </mxCell>
-         <mxCell id="tyjjsNKJ7kBHK_1WbMmb-113" parent="tyjjsNKJ7kBHK_1WbMmb-110" style="text;html=1;whiteSpace=wrap;strokeColor=none;fillColor=none;align=right;verticalAlign=middle;rounded=0;spacingRight=6;spacingLeft=6;fontFamily=Verdana;fontSize=8;" value="&lt;font&gt;4321&lt;/font&gt;" vertex="1">
-           <mxGeometry height="20" width="40" x="110" y="2.5" as="geometry" />
-         </mxCell>
-         <mxCell id="tyjjsNKJ7kBHK_1WbMmb-114" connectable="0" parent="1" style="group;fontFamily=Verdana;fontSize=8;" value="" vertex="1">
-           <mxGeometry height="25" width="150" x="650" y="200" as="geometry" />
-         </mxCell>
-         <mxCell id="tyjjsNKJ7kBHK_1WbMmb-115" parent="tyjjsNKJ7kBHK_1WbMmb-114" style="rounded=0;whiteSpace=wrap;html=1;fontFamily=Verdana;fontSize=8;" value="" vertex="1">
-           <mxGeometry height="25" width="150" as="geometry" />
-         </mxCell>
-         <mxCell id="tyjjsNKJ7kBHK_1WbMmb-116" parent="tyjjsNKJ7kBHK_1WbMmb-114" style="text;html=1;whiteSpace=wrap;strokeColor=none;fillColor=none;align=left;verticalAlign=middle;rounded=0;fontStyle=1;spacingRight=6;spacingLeft=6;fontFamily=Verdana;fontSize=8;" value="&lt;div&gt;&lt;span&gt;postgresus&lt;/span&gt;&lt;/div&gt;" vertex="1">
-           <mxGeometry height="20" width="100" y="2.5" as="geometry" />
-         </mxCell>
-         <mxCell id="tyjjsNKJ7kBHK_1WbMmb-117" parent="tyjjsNKJ7kBHK_1WbMmb-114" style="text;html=1;whiteSpace=wrap;strokeColor=none;fillColor=none;align=right;verticalAlign=middle;rounded=0;spacingRight=6;spacingLeft=6;fontFamily=Verdana;fontSize=8;" value="&lt;font&gt;4005&lt;/font&gt;" vertex="1">
+         <mxCell id="tyjjsNKJ7kBHK_1WbMmb-104" parent="tyjjsNKJ7kBHK_1WbMmb-102" style="text;html=1;whiteSpace=wrap;strokeColor=none;fillColor=none;align=left;verticalAlign=middle;rounded=0;fontStyle=1;spacingRight=6;spacingLeft=6;fontFamily=Verdana;fontSize=8;" value="&lt;font&gt;pg-exporter-vps&lt;/font&gt;" vertex="1">
+           <mxGeometry height="20" width="100" y="2.5" as="geometry" />
+         </mxCell>
+         <mxCell id="tyjjsNKJ7kBHK_1WbMmb-105" parent="tyjjsNKJ7kBHK_1WbMmb-102" style="text;html=1;whiteSpace=wrap;strokeColor=none;fillColor=none;align=right;verticalAlign=middle;rounded=0;spacingRight=6;spacingLeft=6;fontFamily=Verdana;fontSize=8;" value="&lt;font&gt;3817&lt;/font&gt;" vertex="1">
+           <mxGeometry height="20" width="40" x="110" y="2.5" as="geometry" />
+         </mxCell>
+         <mxCell id="tyjjsNKJ7kBHK_1WbMmb-118" connectable="0" parent="1" style="group;fontFamily=Verdana;fontSize=8;" value="" vertex="1">
+           <mxGeometry height="25" width="150" x="470" y="175" as="geometry" />
+         </mxCell>
+         <mxCell id="tyjjsNKJ7kBHK_1WbMmb-119" parent="tyjjsNKJ7kBHK_1WbMmb-118" style="rounded=0;whiteSpace=wrap;html=1;fontFamily=Verdana;fontSize=8;" value="" vertex="1">
+           <mxGeometry height="25" width="150" as="geometry" />
+         </mxCell>
+         <mxCell id="tyjjsNKJ7kBHK_1WbMmb-120" parent="tyjjsNKJ7kBHK_1WbMmb-118" style="text;html=1;whiteSpace=wrap;strokeColor=none;fillColor=none;align=left;verticalAlign=middle;rounded=0;fontStyle=1;spacingRight=6;spacingLeft=6;fontFamily=Verdana;fontSize=8;" value="&lt;font&gt;postgres-ha&lt;/font&gt;" vertex="1">
+           <mxGeometry height="20" width="100" y="2.5" as="geometry" />
+         </mxCell>
+         <mxCell id="tyjjsNKJ7kBHK_1WbMmb-121" parent="tyjjsNKJ7kBHK_1WbMmb-118" style="text;html=1;whiteSpace=wrap;strokeColor=none;fillColor=none;align=right;verticalAlign=middle;rounded=0;spacingRight=6;spacingLeft=6;fontFamily=Verdana;fontSize=8;" value="5433" vertex="1">
          <mxGeometry height="20" width="40" x="110" y="2.5" as="geometry" />
        </mxCell>
      </root>
    </mxGraphModel>
  </diagram>
</mxfile>
